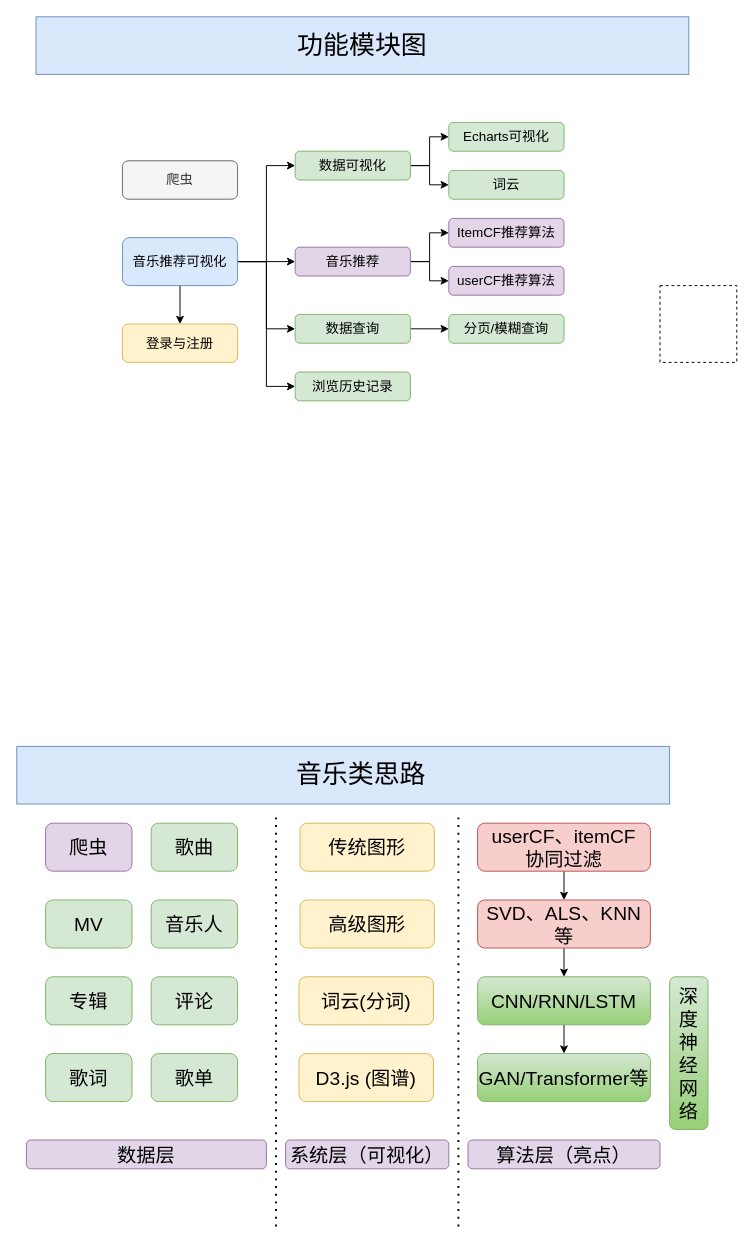
redcomet88/DRAW keeps this draw.io diagram as FLASK/27Music.drawio. Above is the earlier version. Source tidied: cells renumbered, new cells numbered last; positions are measured from the earlier drawing's top-left corner, leaving out a move shared by most shapes. Both pictures are drawn from the tidied source at 96%, with x=0, y=0 at pixel (16, 16).
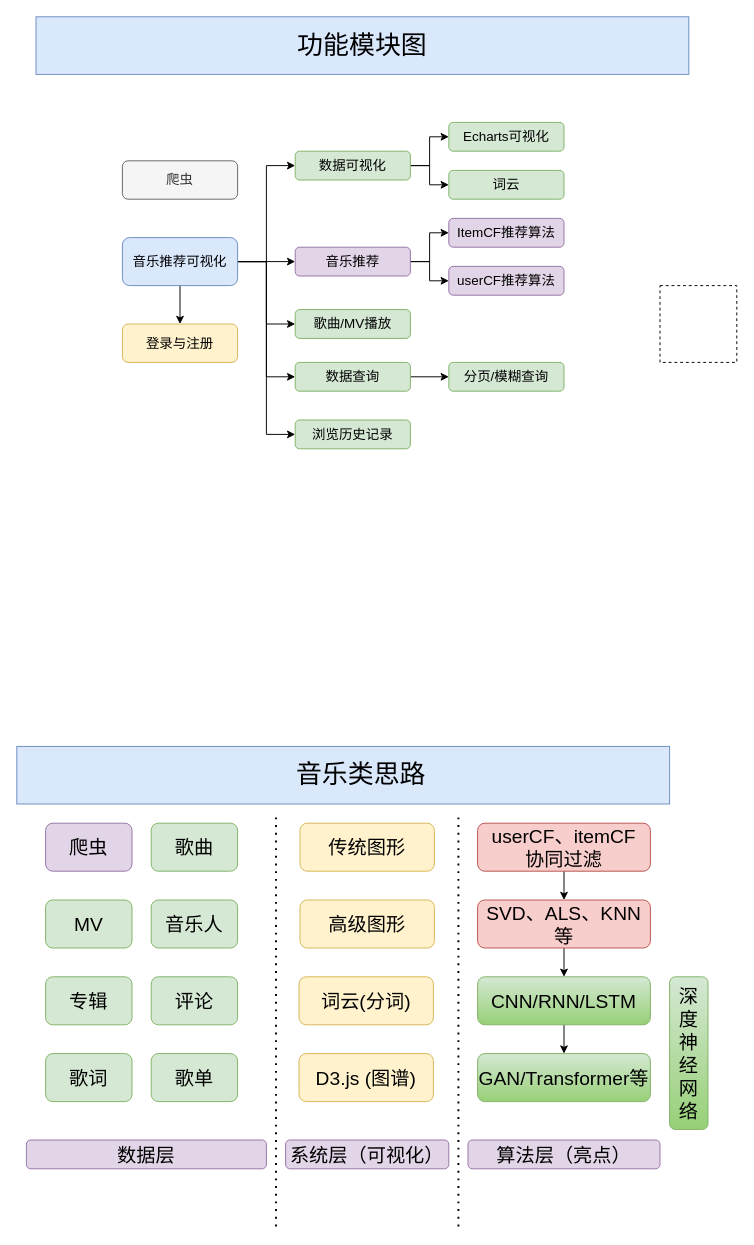
The same diagram, later.

Unchanged cells that the change refers to:
```xml
<mxCell id="17" value="音乐推荐可视化" style="rounded=1;whiteSpace=wrap;html=1;fontSize=14;fillColor=#dae8fc;strokeColor=#6c8ebf;" parent="1" vertex="1">
  <mxGeometry x="110" y="230" width="120" height="50" as="geometry" />
</mxCell>
```

The edit, as a diff of the source:
```diff
@@
+    <mxCell id="52" style="edgeStyle=orthogonalEdgeStyle;rounded=0;jettySize=auto;html=1;exitX=1;exitY=0.5;exitDx=0;exitDy=0;entryX=0;entryY=0.5;entryDx=0;entryDy=0;" parent="1" edge="1" source="17" target="53">
+      <mxGeometry relative="1" as="geometry" />
+    </mxCell>
@@
     <mxCell id="25" value="数据查询" style="rounded=1;whiteSpace=wrap;html=1;fontSize=14;fillColor=#d5e8d4;strokeColor=#82b366;" parent="1" vertex="1">
-      <mxGeometry x="290" y="310" width="120" height="30" as="geometry" />
+      <mxGeometry x="290" y="360" width="120" height="30" as="geometry" />
     </mxCell>
     <mxCell id="26" value="浏览历史记录" style="rounded=1;whiteSpace=wrap;html=1;fontSize=14;fillColor=#d5e8d4;strokeColor=#82b366;" parent="1" vertex="1">
-      <mxGeometry x="290" y="370" width="120" height="30" as="geometry" />
+      <mxGeometry x="290" y="420" width="120" height="30" as="geometry" />
     </mxCell>
@@
     <mxCell id="30" value="分页/模糊查询" style="rounded=1;whiteSpace=wrap;html=1;fontSize=14;fillColor=#d5e8d4;strokeColor=#82b366;" parent="1" vertex="1">
-      <mxGeometry x="450" y="310" width="120" height="30" as="geometry" />
+      <mxGeometry x="450" y="360" width="120" height="30" as="geometry" />
     </mxCell>
@@
+    <mxCell id="53" value="歌曲/MV播放" style="rounded=1;whiteSpace=wrap;html=1;fontSize=14;fillColor=#d5e8d4;strokeColor=#82b366;" parent="1" vertex="1">
+      <mxGeometry x="290" y="305" width="120" height="30" as="geometry" />
+    </mxCell>
```
